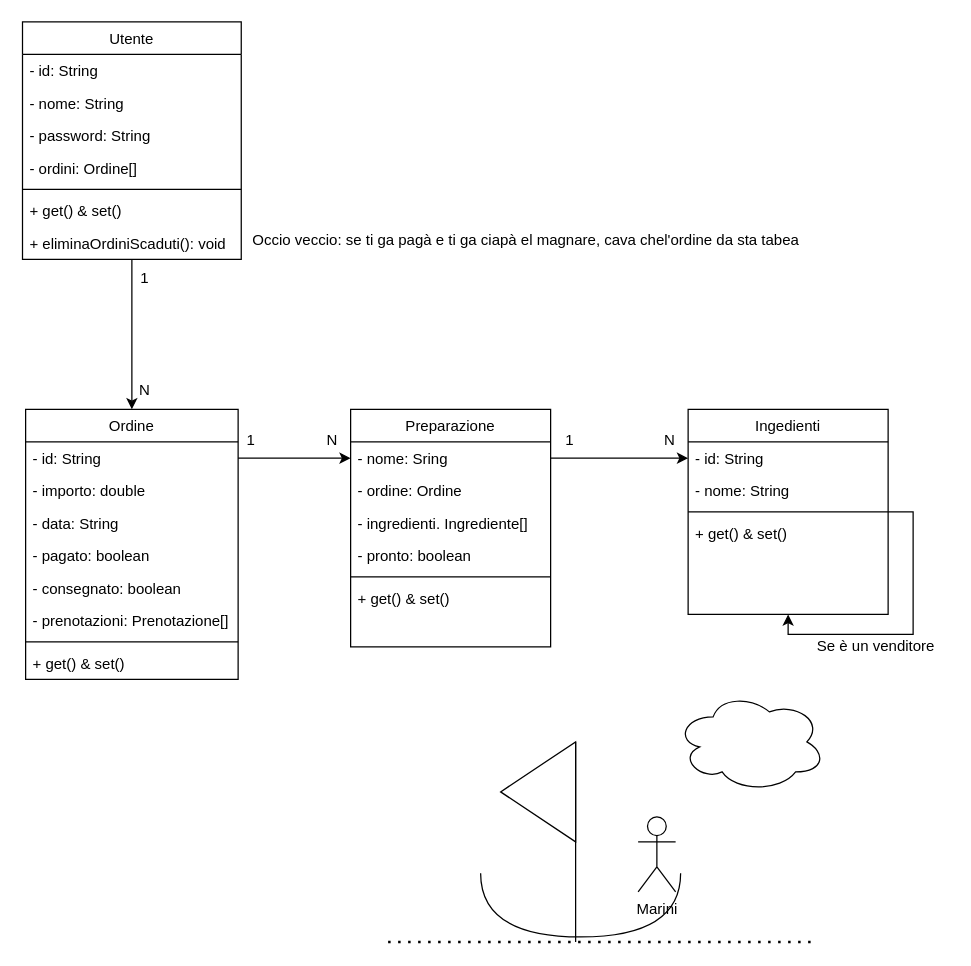
The draw.io diagram Docs/panin_ludro.drawio in Fran4end/Burger-shop, before the edit. Source tidied: cells renumbered, new cells numbered last; positions are measured from the earlier drawing's top-left corner, leaving out a move shared by most shapes. Both pictures are drawn from the tidied source at 125%, with x=0, y=0 at pixel (22, 21).
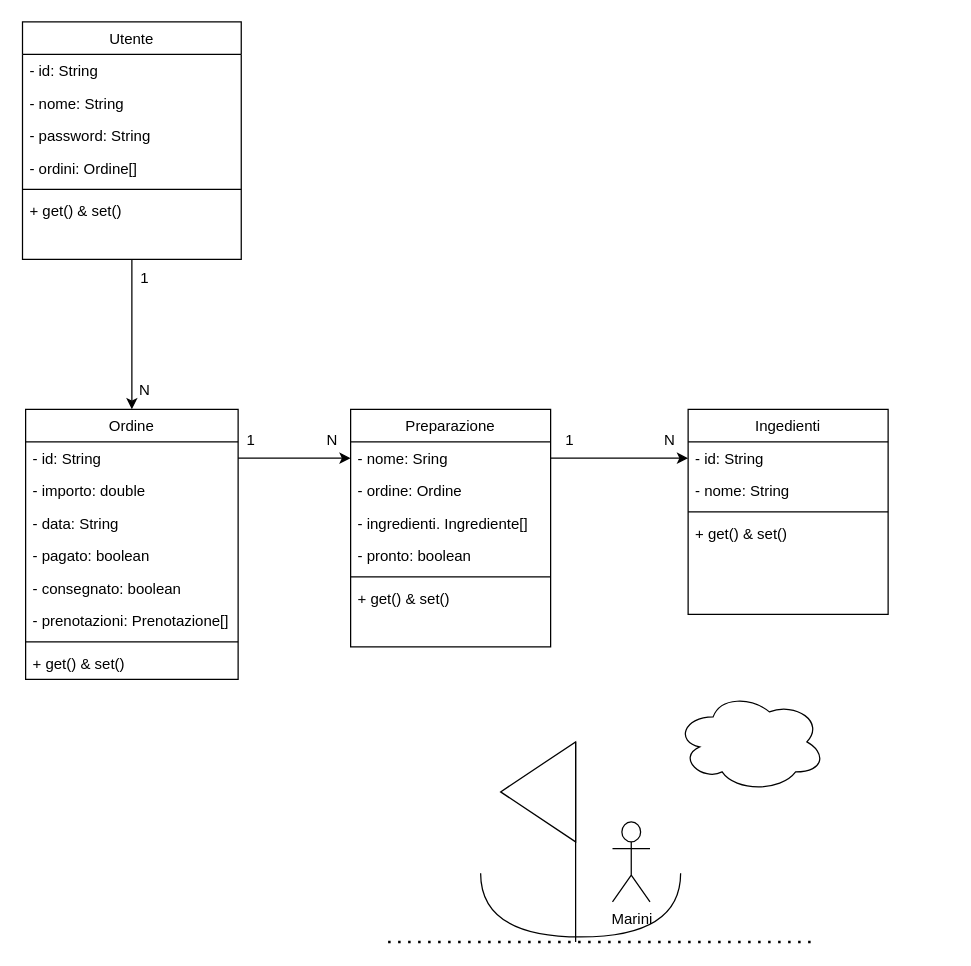
The same diagram, later.

Unchanged cells that the change refers to:
```xml
<mxCell id="3" value="Ingedienti" style="swimlane;fontStyle=0;align=center;verticalAlign=top;horizontal=1;startSize=26;rounded=0;shadow=0;strokeWidth=1;" parent="1" vertex="1">
  <mxGeometry x="532" y="310" width="160" height="164" as="geometry" />
</mxCell>
<mxCell id="25" value="Utente" style="swimlane;fontStyle=0;align=center;verticalAlign=top;horizontal=1;startSize=26;rounded=0;shadow=0;strokeWidth=1;" parent="1" vertex="1">
  <mxGeometry x="-0.5" width="175" height="190" as="geometry" />
</mxCell>
```

The edit, as a diff of the source:
```diff
@@
-    <mxCell id="2" style="edgeStyle=orthogonalEdgeStyle;rounded=0;orthogonalLoop=1;jettySize=auto;html=1;entryX=0.5;entryY=1;entryDx=0;entryDy=0;" parent="1" edge="1" source="3" target="3">
-      <mxGeometry relative="1" as="geometry">
-        <Array as="points">
-          <mxPoint x="712" y="392" />
-          <mxPoint x="712" y="490" />
-          <mxPoint x="612" y="490" />
-        </Array>
-      </mxGeometry>
-    </mxCell>
@@
-    <mxCell id="32" value="+ eliminaOrdiniScaduti(): void" style="text;align=left;verticalAlign=top;spacingLeft=4;spacingRight=4;overflow=hidden;" parent="25" vertex="1">
-      <mxGeometry y="164" width="175" height="26" as="geometry" />
-    </mxCell>
@@
     <mxCell id="36" value="Marini" style="shape=umlActor;verticalLabelPosition=bottom;verticalAlign=top;html=1;" parent="1" vertex="1">
-      <mxGeometry x="492" y="636" width="30" height="60" as="geometry" />
+      <mxGeometry x="471.5" y="640" width="30" height="64" as="geometry" />
     </mxCell>
@@
-    <mxCell id="41" value="Se è un venditore" style="text;html=1;align=center;verticalAlign=middle;strokeColor=none;fillColor=none;" parent="1" vertex="1">
-      <mxGeometry x="622" y="485" width="120" height="30" as="geometry" />
-    </mxCell>
@@
-    <mxCell id="48" value="Occio veccio: se ti ga pagà e ti ga ciapà el magnare, cava chel'ordine da sta tabea" style="text;html=1;align=center;verticalAlign=middle;strokeColor=none;fillColor=none;" parent="1" vertex="1">
-      <mxGeometry x="172" y="160" width="460" height="30" as="geometry" />
-    </mxCell>
```
